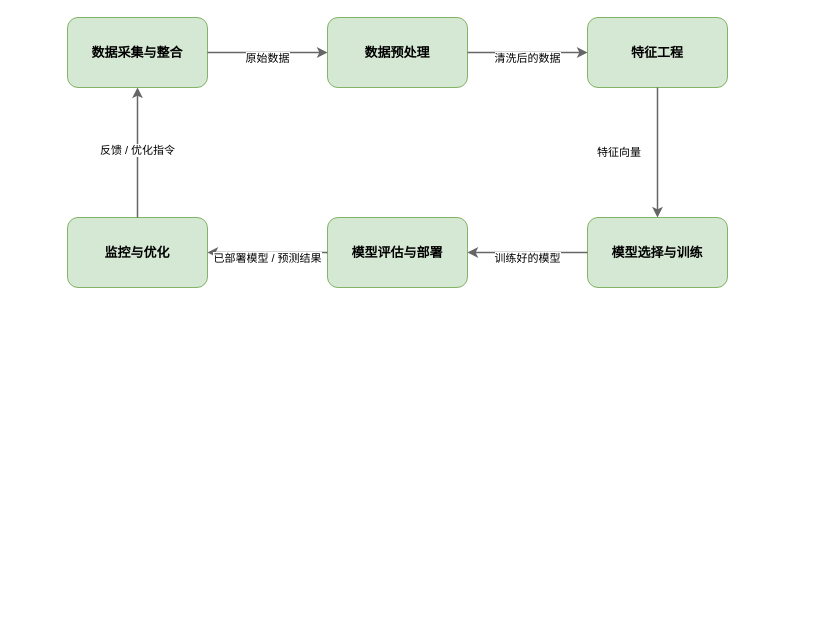
Above: 未命名绘图.drawio in llplay/practicalTrain (draw.io), before the change. Source tidied: cells renumbered, new cells numbered last; positions are measured from the earlier drawing's top-left corner, leaving out a move shared by most shapes. Both pictures are drawn from the tidied source at 100%, with x=0, y=0 at pixel (67, 17).
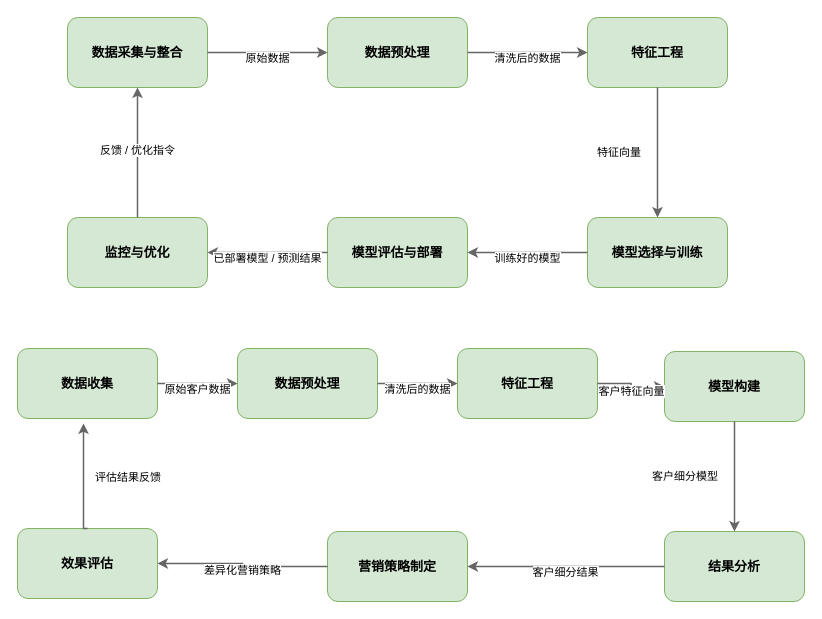
The same diagram, later.

Commit message:
更新未命名绘图.drawio

What changed in the source:
```diff
@@
+    <mxCell id="14" value="数据收集" style="rounded=1;whiteSpace=wrap;html=1;fillColor=#d5e8d4;strokeColor=#82b366;fontStyle=1;fontSize=13;" parent="1" vertex="1">
+      <mxGeometry x="-50" y="331" width="140" height="70" as="geometry" />
+    </mxCell>
+    <mxCell id="15" value="数据预处理" style="rounded=1;whiteSpace=wrap;html=1;fillColor=#d5e8d4;strokeColor=#82b366;fontStyle=1;fontSize=13;" parent="1" vertex="1">
+      <mxGeometry x="170" y="331" width="140" height="70" as="geometry" />
+    </mxCell>
+    <mxCell id="16" value="特征工程" style="rounded=1;whiteSpace=wrap;html=1;fillColor=#d5e8d4;strokeColor=#82b366;fontStyle=1;fontSize=13;" parent="1" vertex="1">
+      <mxGeometry x="390" y="331" width="140" height="70" as="geometry" />
+    </mxCell>
+    <mxCell id="17" value="模型构建" style="rounded=1;whiteSpace=wrap;html=1;fillColor=#d5e8d4;strokeColor=#82b366;fontStyle=1;fontSize=13;" parent="1" vertex="1">
+      <mxGeometry x="597" y="334" width="140" height="70" as="geometry" />
+    </mxCell>
+    <mxCell id="18" value="结果分析" style="rounded=1;whiteSpace=wrap;html=1;fillColor=#d5e8d4;strokeColor=#82b366;fontStyle=1;fontSize=13;" parent="1" vertex="1">
+      <mxGeometry x="597" y="514" width="140" height="70" as="geometry" />
+    </mxCell>
+    <mxCell id="19" value="营销策略制定" style="rounded=1;whiteSpace=wrap;html=1;fillColor=#d5e8d4;strokeColor=#82b366;fontStyle=1;fontSize=13;" parent="1" vertex="1">
+      <mxGeometry x="260" y="514" width="140" height="70" as="geometry" />
+    </mxCell>
+    <mxCell id="20" value="效果评估" style="rounded=1;whiteSpace=wrap;html=1;fillColor=#d5e8d4;strokeColor=#82b366;fontStyle=1;fontSize=13;" parent="1" vertex="1">
+      <mxGeometry x="-50" y="511" width="140" height="70" as="geometry" />
+    </mxCell>
+    <mxCell id="21" value="原始客户数据" style="edgeStyle=orthogonalEdgeStyle;rounded=0;jettySize=auto;html=1;exitX=1;exitY=0.5;exitDx=0;exitDy=0;entryX=0;entryY=0.5;entryDx=0;entryDy=0;endArrow=classic;endFill=1;strokeColor=#666666;strokeWidth=1.5;fontSize=11;verticalAlign=bottom;" parent="1" edge="1" source="14" target="15">
+      <mxGeometry relative="1" as="geometry">
+        <mxPoint y="15" as="offset" />
+      </mxGeometry>
+    </mxCell>
+    <mxCell id="22" value="清洗后的数据" style="edgeStyle=orthogonalEdgeStyle;rounded=0;jettySize=auto;html=1;exitX=1;exitY=0.5;exitDx=0;exitDy=0;entryX=0;entryY=0.5;entryDx=0;entryDy=0;endArrow=classic;endFill=1;strokeColor=#666666;strokeWidth=1.5;fontSize=11;verticalAlign=bottom;" parent="1" edge="1" source="15" target="16">
+      <mxGeometry relative="1" as="geometry">
+        <mxPoint y="15" as="offset" />
+      </mxGeometry>
+    </mxCell>
+    <mxCell id="23" value="客户特征向量" style="edgeStyle=orthogonalEdgeStyle;rounded=0;jettySize=auto;html=1;exitX=1;exitY=0.5;exitDx=0;exitDy=0;entryX=0;entryY=0.5;entryDx=0;entryDy=0;endArrow=classic;endFill=1;strokeColor=#666666;strokeWidth=1.5;fontSize=11;verticalAlign=bottom;" parent="1" edge="1" source="16" target="17">
+      <mxGeometry relative="1" as="geometry">
+        <mxPoint y="15" as="offset" />
+      </mxGeometry>
+    </mxCell>
+    <mxCell id="24" value="客户细分模型" style="edgeStyle=orthogonalEdgeStyle;rounded=0;jettySize=auto;html=1;exitX=0.5;exitY=1;exitDx=0;exitDy=0;entryX=0.5;entryY=0;entryDx=0;entryDy=0;endArrow=classic;endFill=1;strokeColor=#666666;strokeWidth=1.5;fontSize=11;verticalAlign=middle;align=right;" parent="1" edge="1" source="17" target="18">
+      <mxGeometry relative="1" as="geometry">
+        <mxPoint x="-15" as="offset" />
+      </mxGeometry>
+    </mxCell>
+    <mxCell id="25" value="客户细分结果" style="edgeStyle=orthogonalEdgeStyle;rounded=0;jettySize=auto;html=1;exitX=0;exitY=0.5;exitDx=0;exitDy=0;entryX=1;entryY=0.5;entryDx=0;entryDy=0;endArrow=classic;endFill=1;strokeColor=#666666;strokeWidth=1.5;fontSize=11;verticalAlign=bottom;" parent="1" edge="1" source="18" target="19">
+      <mxGeometry relative="1" as="geometry">
+        <mxPoint y="15" as="offset" />
+      </mxGeometry>
+    </mxCell>
+    <mxCell id="26" value="差异化营销策略" style="edgeStyle=orthogonalEdgeStyle;rounded=0;jettySize=auto;html=1;exitX=0;exitY=0.5;exitDx=0;exitDy=0;entryX=1;entryY=0.5;entryDx=0;entryDy=0;endArrow=classic;endFill=1;strokeColor=#666666;strokeWidth=1.5;fontSize=11;verticalAlign=bottom;" parent="1" edge="1" source="19" target="20">
+      <mxGeometry relative="1" as="geometry">
+        <mxPoint y="15" as="offset" />
+      </mxGeometry>
+    </mxCell>
+    <mxCell id="27" value="评估结果反馈" style="edgeStyle=orthogonalEdgeStyle;rounded=0;jettySize=auto;html=1;exitX=0.5;exitY=0;exitDx=0;exitDy=0;endArrow=classic;endFill=1;strokeColor=#666666;strokeWidth=1.5;fontSize=11;align=left;verticalAlign=middle;" parent="1" edge="1" source="20">
+      <mxGeometry relative="1" as="geometry">
+        <mxPoint x="16" y="406" as="targetPoint" />
+        <Array as="points">
+          <mxPoint x="16" y="511" />
+        </Array>
+        <mxPoint x="10" as="offset" />
+      </mxGeometry>
+    </mxCell>
```
